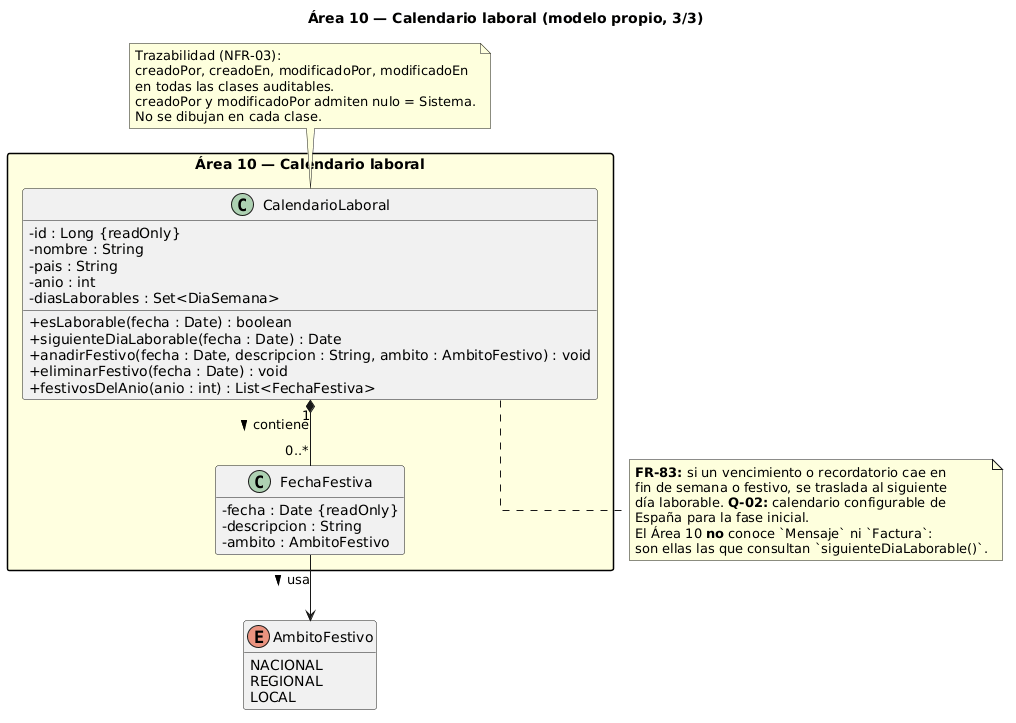
Before: Entrega2_GrupoBebes/Diagramas de clase/Area 10/area10_3_calendario.png, a diagram exported from PlantUML (naybetaomar/AyDA-ProyectoBebes). Source of this version:
```plantuml
@startuml
title Área 10 — Calendario laboral (modelo propio, 3/3)

skinparam classAttributeIconSize 0
skinparam linetype ortho
skinparam packageStyle rectangle
hide empty members

note "Trazabilidad (NFR-03):\ncreadoPor, creadoEn, modificadoPor, modificadoEn\nen todas las clases auditables.\ncreadoPor y modificadoPor admiten nulo = Sistema.\nNo se dibujan en cada clase." as NFR03

package "Área 10 — Calendario laboral" #LightYellow {

  class CalendarioLaboral {
    - id : Long {readOnly}
    - nombre : String
    - pais : String
    - anio : int
    - diasLaborables : Set<DiaSemana>
    + esLaborable(fecha : Date) : boolean
    + siguienteDiaLaborable(fecha : Date) : Date
    + anadirFestivo(fecha : Date, descripcion : String, ambito : AmbitoFestivo) : void
    + eliminarFestivo(fecha : Date) : void
    + festivosDelAnio(anio : int) : List<FechaFestiva>
  }

  class FechaFestiva {
    - fecha : Date {readOnly}
    - descripcion : String
    - ambito : AmbitoFestivo
  }
}

enum AmbitoFestivo {
  NACIONAL
  REGIONAL
  LOCAL
}

CalendarioLaboral "1" *-- "0..*" FechaFestiva : contiene >
FechaFestiva --> AmbitoFestivo : usa >

NFR03 .. CalendarioLaboral

note bottom of CalendarioLaboral
  **FR-83:** si un vencimiento o recordatorio cae en
  fin de semana o festivo, se traslada al siguiente
  día laborable. **Q-02:** calendario configurable de
  España para la fase inicial.
  El Área 10 **no** conoce `Mensaje` ni `Factura`:
  son ellas las que consultan `siguienteDiaLaborable()`.
end note
@enduml
```
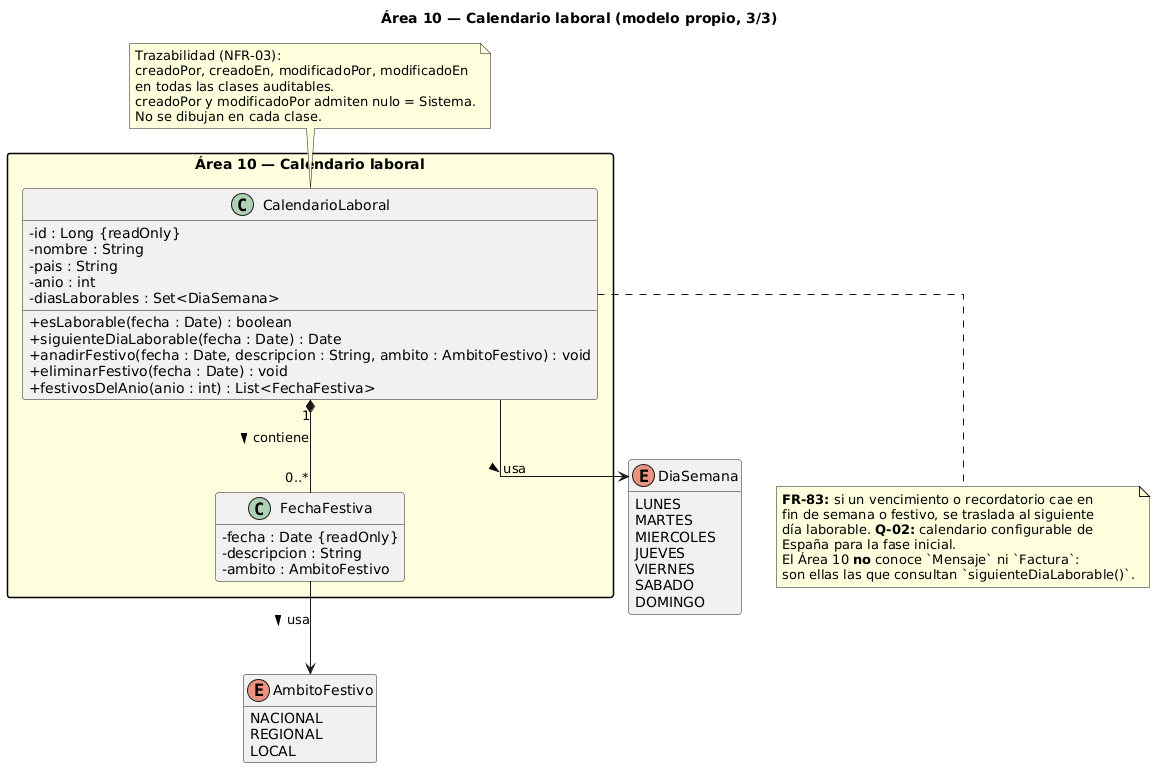
The same diagram one commit later.

The edit, as a diff of the source:
```diff
@@ -36,8 +36,19 @@
   LOCAL
 }
 
+enum DiaSemana {
+  LUNES
+  MARTES
+  MIERCOLES
+  JUEVES
+  VIERNES
+  SABADO
+  DOMINGO
+}
+
 CalendarioLaboral "1" *-- "0..*" FechaFestiva : contiene >
 FechaFestiva --> AmbitoFestivo : usa >
+CalendarioLaboral --> DiaSemana : usa >
 
 NFR03 .. CalendarioLaboral
 
```
